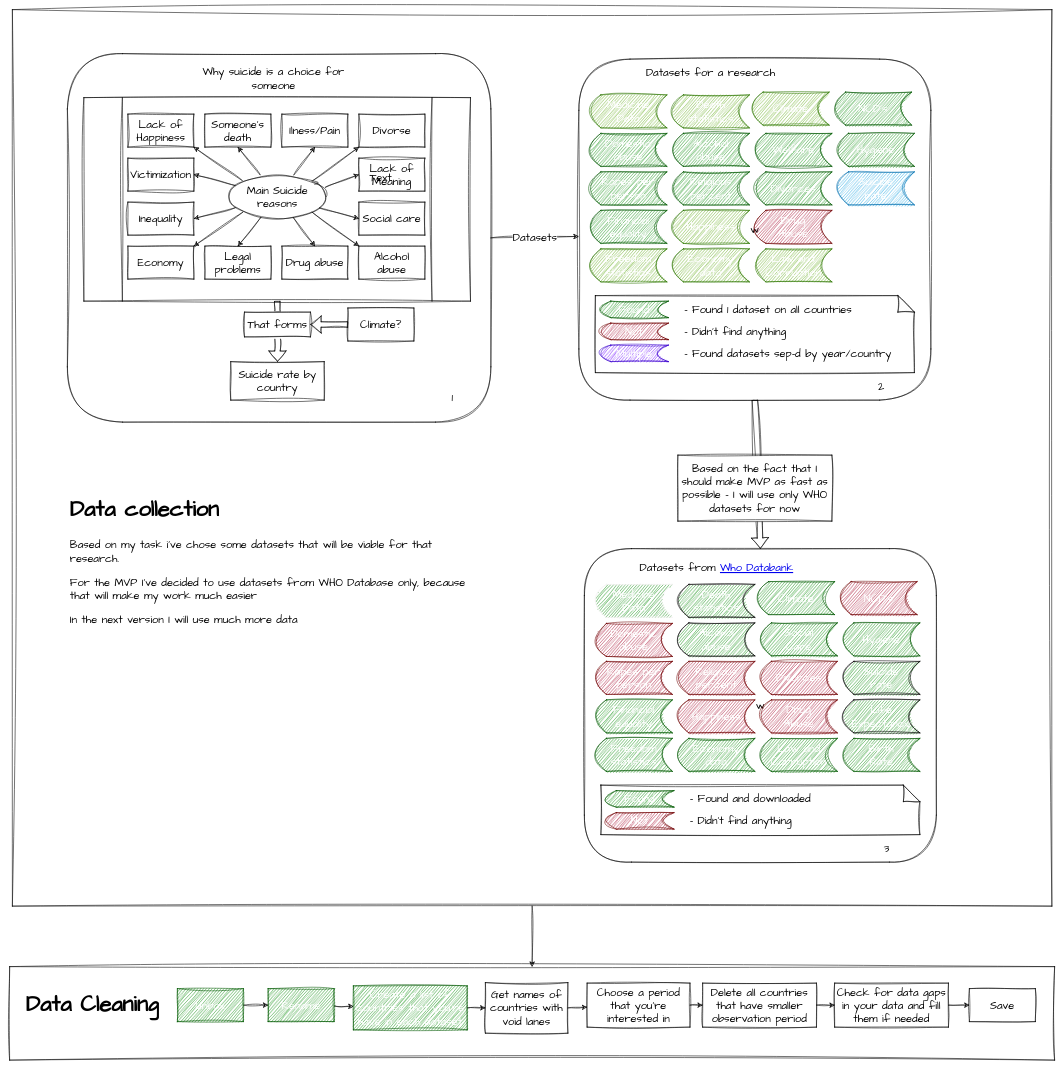
Above: Schema.drawio in BaakhOfficial/Suicide-Rate-Analysis (draw.io), before the change. Source tidied: cells renumbered, new cells numbered last; positions are measured from the earlier drawing's top-left corner, leaving out a move shared by most shapes. Both pictures are drawn from the tidied source at 55%, with x=0, y=0 at pixel (9, 9).
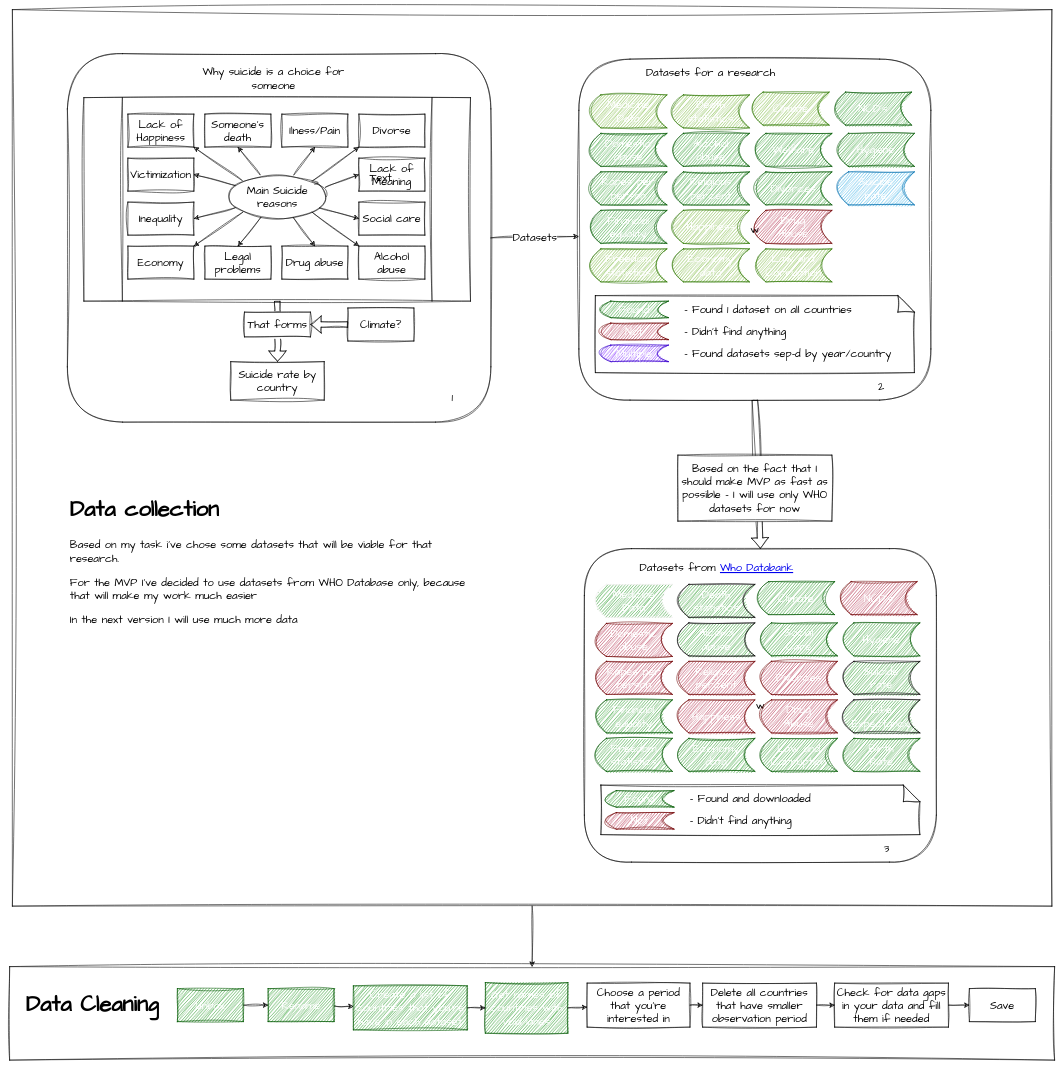
The same diagram, later.

Commit message (it also covers changes not shown here):
Data cleanup Update

What changed in the source:
```diff
@@
-    <mxCell id="109" value="Get names of countries with void lanes" style="rounded=0;whiteSpace=wrap;html=1;sketch=1;hachureGap=4;jiggle=2;curveFitting=1;fontFamily=Architects Daughter;fontSize=20;fillColor=default;" parent="1" vertex="1">
+    <mxCell id="109" value="Get names of countries with void lanes" style="rounded=0;whiteSpace=wrap;html=1;sketch=1;hachureGap=4;jiggle=2;curveFitting=1;fontFamily=Architects Daughter;fontSize=20;fillColor=#008a00;fontColor=#ffffff;strokeColor=#005700;" parent="1" vertex="1">
       <mxGeometry x="865" y="1769" width="150" height="92" as="geometry" />
     </mxCell>
```
